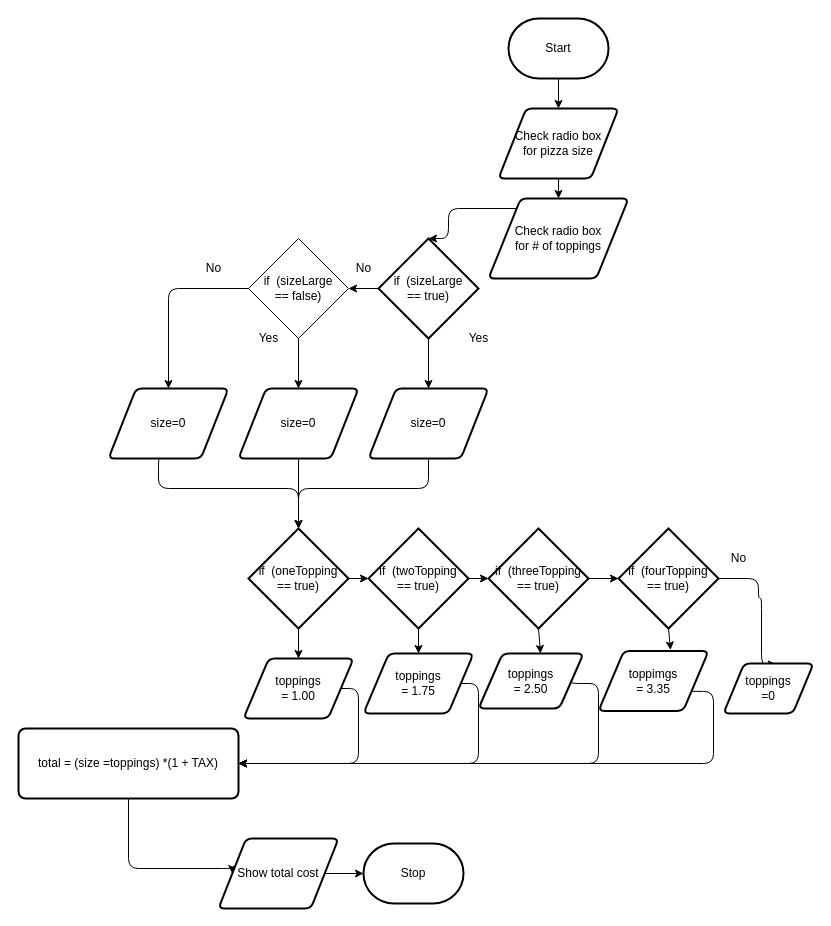
Above: design/flow-chart.drawio in Emmanuel-Fofeyin/ICS20assignment4-html (draw.io), before the change. Source tidied: cells renumbered, new cells numbered last; positions are measured from the earlier drawing's top-left corner, leaving out a move shared by most shapes. Both pictures are drawn from the tidied source at 100%, with x=0, y=0 at pixel (18, 18).
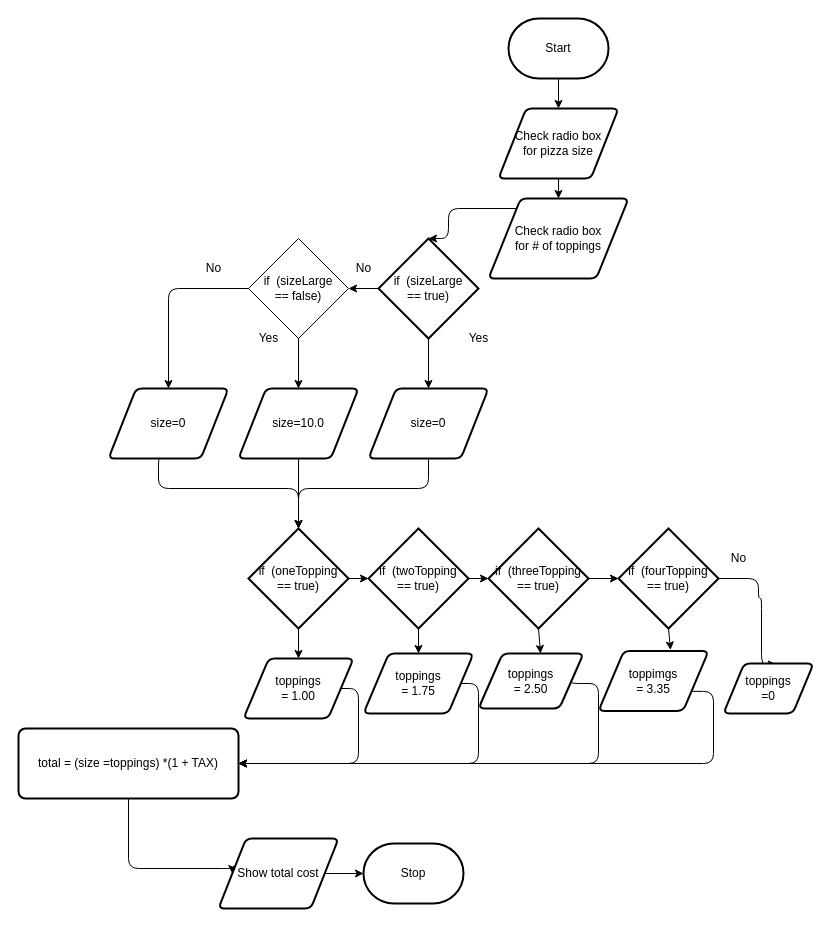
The same page after the edit.

Diff of the diagram source:
```diff
@@
-    <mxCell id="15" value="size=0" style="shape=parallelogram;html=1;strokeWidth=2;perimeter=parallelogramPerimeter;whiteSpace=wrap;rounded=1;arcSize=12;size=0.23;" parent="1" vertex="1">
+    <mxCell id="15" value="size=10.0" style="shape=parallelogram;html=1;strokeWidth=2;perimeter=parallelogramPerimeter;whiteSpace=wrap;rounded=1;arcSize=12;size=0.23;" parent="1" vertex="1">
       <mxGeometry x="220" y="370" width="120" height="70" as="geometry" />
     </mxCell>
```
